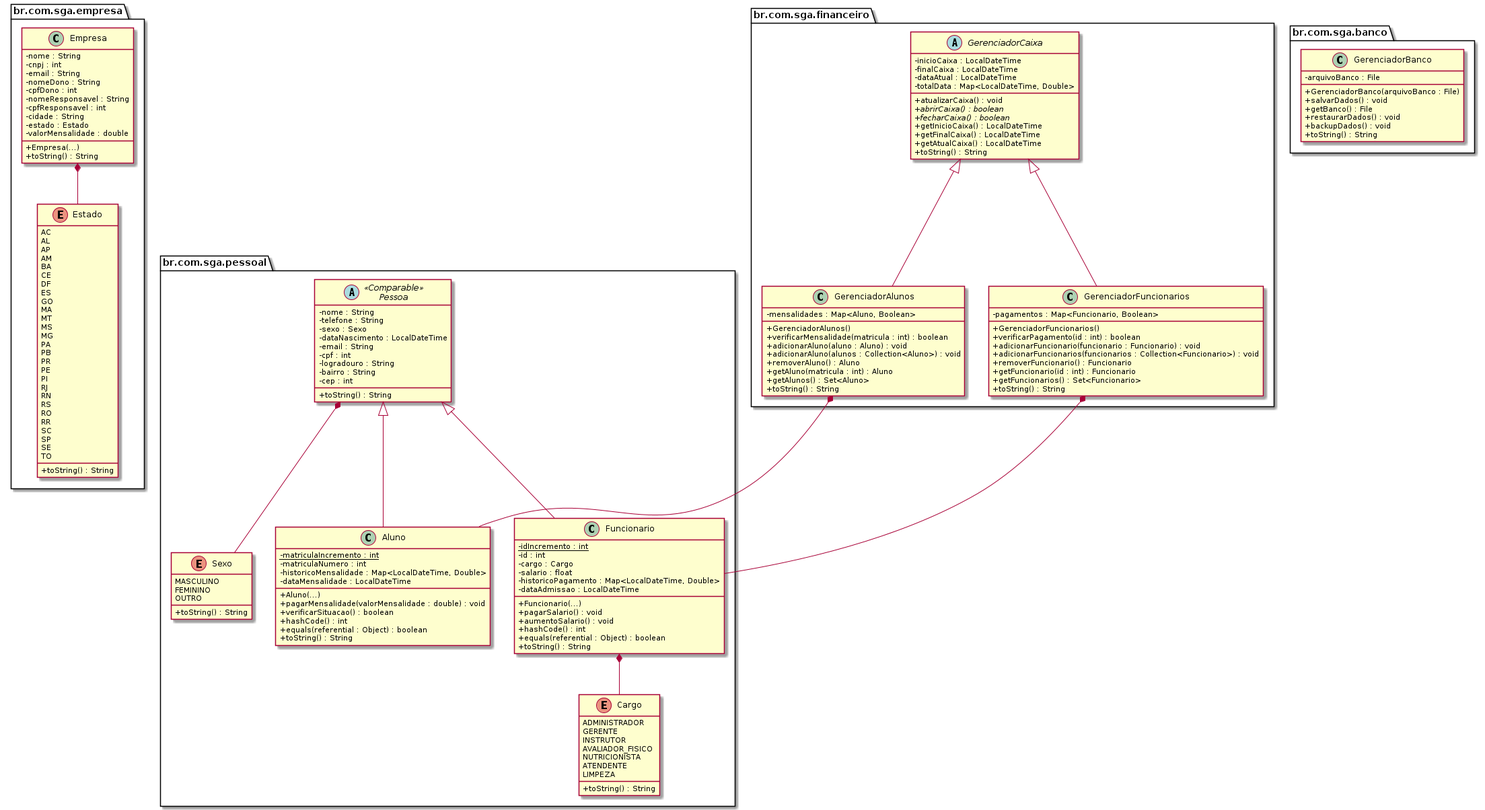
The PlantUML diagram doc/uml/sga.png in botelhocpp/SGA, before a commit. Its diagram source:
```plantuml
@startuml sga
skinparam classAttributeIconSize 0

package br.com.sga.empresa <<Folder>> {
     class Empresa {
          -nome : String
          -cnpj : int
          -email : String
          -nomeDono : String
          -cpfDono : int
          -nomeResponsavel : String
          -cpfResponsavel : int
          -cidade : String
          -estado : Estado
          -valorMensalidade : double
          +Empresa(...)
          +toString() : String
     }

     enum Estado {
          AC
          AL
          AP
          AM
          BA
          CE
          DF
          ES
          GO
          MA
          MT
          MS
          MG
          PA
          PB
          PR
          PE
          PI
          RJ
          RN
          RS
          RO
          RR
          SC
          SP
          SE
          TO
          +toString() : String
     }
}

package br.com.sga.pessoal <<Folder>> {

     abstract class Pessoa <<Comparable>> {
          -nome : String
          -telefone : String
          -sexo : Sexo
          -dataNascimento : LocalDateTime
          -email : String
          -cpf : int
          -logradouro : String
          -bairro : String
          -cep : int
          +toString() : String
     }

     class Funcionario extends Pessoa {
          {static} -idIncremento : int
          -id : int
          -cargo : Cargo
          -salario : float
          -historicoPagamento : Map<LocalDateTime, Double>
          -dataAdmissao : LocalDateTime
          +Funcionario(...)
          +pagarSalario() : void
          +aumentoSalario() : void
          +hashCode() : int
          +equals(referential : Object) : boolean
          +toString() : String
     }

     class Aluno extends Pessoa {
          {static} -matriculaIncremento : int
          -matriculaNumero : int
          -historicoMensalidade : Map<LocalDateTime, Double>
          -dataMensalidade : LocalDateTime
          +Aluno(...)
          +pagarMensalidade(valorMensalidade : double) : void
          +verificarSituacao() : boolean
          +hashCode() : int
          +equals(referential : Object) : boolean
          +toString() : String
     }

     enum Cargo {
          ADMINISTRADOR
          GERENTE
          INSTRUTOR
          AVALIADOR_FISICO
          NUTRICIONISTA
          ATENDENTE
          LIMPEZA
          +toString() : String
     }

     enum Sexo {
          MASCULINO
          FEMININO
          OUTRO
          +toString() : String
     }
}

package br.com.sga.financeiro <<Folder>> {

     abstract class GerenciadorCaixa {
          -inicioCaixa : LocalDateTime
          -finalCaixa : LocalDateTime
          -dataAtual : LocalDateTime
          -totalData : Map<LocalDateTime, Double>
          +atualizarCaixa() : void
          {abstract} +abrirCaixa() : boolean
          {abstract} +fecharCaixa() : boolean
          +getInicioCaixa() : LocalDateTime
          +getFinalCaixa() : LocalDateTime
          +getAtualCaixa() : LocalDateTime
          +toString() : String
     }

     class GerenciadorAlunos extends GerenciadorCaixa {
          -mensalidades : Map<Aluno, Boolean>
          +GerenciadorAlunos()
          +verificarMensalidade(matricula : int) : boolean
          +adicionarAluno(aluno : Aluno) : void
          +adicionarAluno(alunos : Collection<Aluno>) : void
          +removerAluno() : Aluno
          +getAluno(matricula : int) : Aluno
          +getAlunos() : Set<Aluno>
          +toString() : String
     }

     class GerenciadorFuncionarios extends GerenciadorCaixa {
          -pagamentos : Map<Funcionario, Boolean>
          +GerenciadorFuncionarios()
          +verificarPagamento(id : int) : boolean
          +adicionarFuncionario(funcionario : Funcionario) : void
          +adicionarFuncionarios(funcionarios : Collection<Funcionario>) : void
          +removerFuncionario() : Funcionario
          +getFuncionario(id : int) : Funcionario
          +getFuncionarios() : Set<Funcionario>
          +toString() : String
     }
}

package br.com.sga.banco <<Folder>> {
     class GerenciadorBanco {
          -arquivoBanco : File
          +GerenciadorBanco(arquivoBanco : File)
          +salvarDados() : void
          +getBanco() : File
          +restaurarDados() : void
          +backupDados() : void
          +toString() : String
     }
}

Pessoa *-- Sexo

Funcionario *-- Cargo

GerenciadorFuncionarios *-- Funcionario

GerenciadorAlunos *-- Aluno

Empresa *-- Estado

@enduml
```
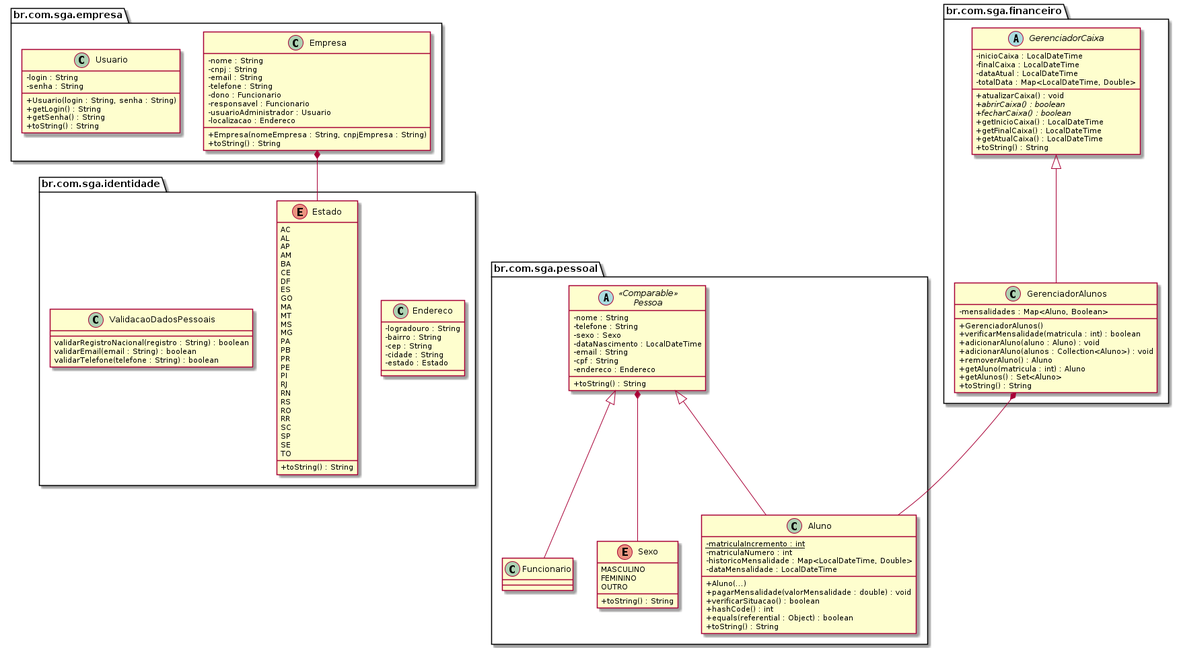
The same diagram one commit later.

Commit message:
Modificação no UML

The edit, as a diff of the source:
```diff
@@ -4,17 +4,35 @@
 package br.com.sga.empresa <<Folder>> {
      class Empresa {
           -nome : String
-          -cnpj : int
+          -cnpj : String
           -email : String
-          -nomeDono : String
-          -cpfDono : int
-          -nomeResponsavel : String
-          -cpfResponsavel : int
+          -telefone : String
+          -dono : Funcionario
+          -responsavel : Funcionario
+          -usuarioAdministrador : Usuario
+          -localizacao : Endereco
+          +Empresa(nomeEmpresa : String, cnpjEmpresa : String)
+          +toString() : String
+     }
+
+     class Usuario {
+          -login : String
+          -senha : String
+          +Usuario(login : String, senha : String)
+          +getLogin() : String
+          +getSenha() : String
+          +toString() : String
+     }
+}
+
+package br.com.sga.identidade <<Folder>> {
+
+     class Endereco {
+          -logradouro : String
+          -bairro : String
+          -cep : String
           -cidade : String
           -estado : Estado
-          -valorMensalidade : double
-          +Empresa(...)
-          +toString() : String
      }
 
      enum Estado {
@@ -47,8 +65,14 @@
           TO
           +toString() : String
      }
+
+     class ValidacaoDadosPessoais {
+          validarRegistroNacional(registro : String) : boolean
+          validarEmail(email : String) : boolean
+          validarTelefone(telefone : String) : boolean
+     }
+
 }
-
 package br.com.sga.pessoal <<Folder>> {
 
      abstract class Pessoa <<Comparable>> {
@@ -57,26 +81,13 @@
           -sexo : Sexo
           -dataNascimento : LocalDateTime
           -email : String
-          -cpf : int
-          -logradouro : String
-          -bairro : String
-          -cep : int
+          -cpf : String
+          -endereco : Endereco
           +toString() : String
      }
 
      class Funcionario extends Pessoa {
-          {static} -idIncremento : int
-          -id : int
-          -cargo : Cargo
-          -salario : float
-          -historicoPagamento : Map<LocalDateTime, Double>
-          -dataAdmissao : LocalDateTime
-          +Funcionario(...)
-          +pagarSalario() : void
-          +aumentoSalario() : void
-          +hashCode() : int
-          +equals(referential : Object) : boolean
-          +toString() : String
+
      }
 
      class Aluno extends Pessoa {
@@ -89,17 +100,6 @@
           +verificarSituacao() : boolean
           +hashCode() : int
           +equals(referential : Object) : boolean
-          +toString() : String
-     }
-
-     enum Cargo {
-          ADMINISTRADOR
-          GERENTE
-          INSTRUTOR
-          AVALIADOR_FISICO
-          NUTRICIONISTA
-          ATENDENTE
-          LIMPEZA
           +toString() : String
      }
 
@@ -138,37 +138,9 @@
           +getAlunos() : Set<Aluno>
           +toString() : String
      }
-
-     class GerenciadorFuncionarios extends GerenciadorCaixa {
-          -pagamentos : Map<Funcionario, Boolean>
-          +GerenciadorFuncionarios()
-          +verificarPagamento(id : int) : boolean
-          +adicionarFuncionario(funcionario : Funcionario) : void
-          +adicionarFuncionarios(funcionarios : Collection<Funcionario>) : void
-          +removerFuncionario() : Funcionario
-          +getFuncionario(id : int) : Funcionario
-          +getFuncionarios() : Set<Funcionario>
-          +toString() : String
-     }
-}
-
-package br.com.sga.banco <<Folder>> {
-     class GerenciadorBanco {
-          -arquivoBanco : File
-          +GerenciadorBanco(arquivoBanco : File)
-          +salvarDados() : void
-          +getBanco() : File
-          +restaurarDados() : void
-          +backupDados() : void
-          +toString() : String
-     }
 }
 
 Pessoa *-- Sexo
-
-Funcionario *-- Cargo
-
-GerenciadorFuncionarios *-- Funcionario
 
 GerenciadorAlunos *-- Aluno
 
```
